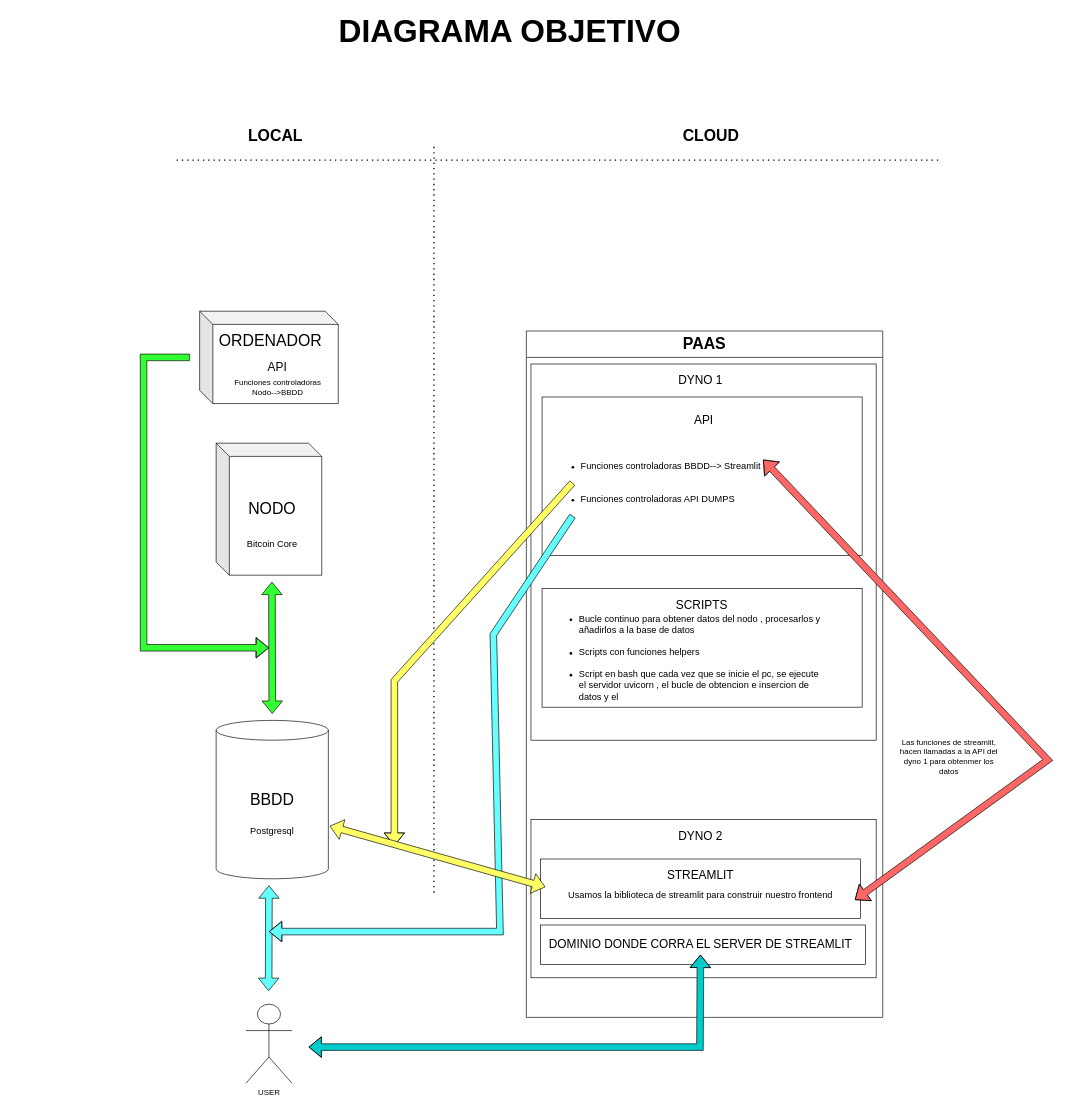
Before: Diagrama sin título.drawio in Block-Mole/diagrams, a draw.io diagram. Source tidied: cells renumbered, new cells numbered last; positions are measured from the earlier drawing's top-left corner, leaving out a move shared by most shapes. Both pictures are drawn from the tidied source at 66%, with x=0, y=0 at pixel (143, 20).
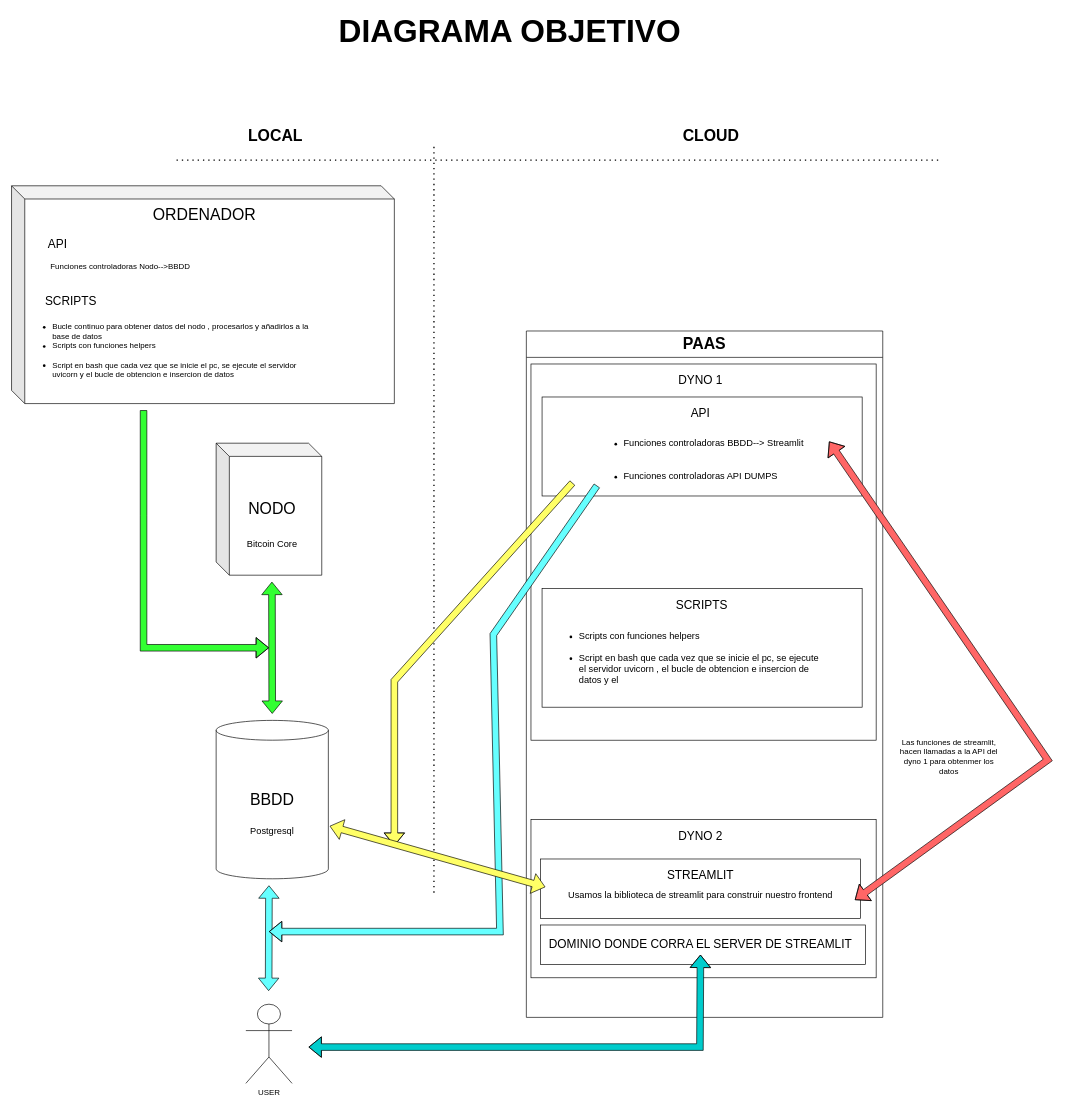
The same page after the edit.

Commit message:
Actualizar Diagrama sin título.png

Unchanged cells that the change refers to:
```xml
<mxCell id="9" value="&lt;font style=&quot;font-size: 24px;&quot;&gt;PAAS&lt;/font&gt;" style="swimlane;whiteSpace=wrap;html=1;startSize=40;" parent="1" vertex="1">
  <mxGeometry x="580" y="470" width="540" height="1040" as="geometry" />
</mxCell>
```

The edit, as a diff of the source:
```diff
@@
     <mxCell id="12" style="rounded=0;whiteSpace=wrap;html=1;" parent="9" vertex="1">
-      <mxGeometry x="23.8" y="100" width="485" height="240" as="geometry" />
+      <mxGeometry x="23.8" y="100" width="485" height="150" as="geometry" />
     </mxCell>
@@
     <mxCell id="14" value="&lt;font style=&quot;font-size: 18px;&quot;&gt;API&lt;/font&gt;" style="text;html=1;strokeColor=none;fillColor=none;align=center;verticalAlign=middle;whiteSpace=wrap;rounded=0;" parent="9" vertex="1">
-      <mxGeometry x="238.8" y="120" width="60" height="30" as="geometry" />
+      <mxGeometry x="233.8" y="110" width="60" height="30" as="geometry" />
     </mxCell>
     <mxCell id="15" value="&lt;ul&gt;&lt;li style=&quot;text-align: left;&quot;&gt;&lt;font style=&quot;font-size: 14px;&quot;&gt;Funciones controladoras BBDD--&amp;gt; Streamlit&lt;br&gt;&lt;br&gt;&lt;br&gt;&lt;/font&gt;&lt;/li&gt;&lt;li style=&quot;text-align: left;&quot;&gt;&lt;font style=&quot;font-size: 14px;&quot;&gt;Funciones controladoras API DUMPS&lt;/font&gt;&lt;/li&gt;&lt;/ul&gt;" style="text;html=1;strokeColor=none;fillColor=none;align=center;verticalAlign=middle;whiteSpace=wrap;rounded=0;" parent="9" vertex="1">
-      <mxGeometry x="38.8" y="160" width="320" height="140" as="geometry" />
+      <mxGeometry x="68.8" y="140" width="390" height="110" as="geometry" />
     </mxCell>
@@
-    <mxCell id="19" value="&lt;ul&gt;&lt;li style=&quot;text-align: left;&quot;&gt;&lt;span style=&quot;font-size: 14px;&quot;&gt;Bucle continuo para obtener datos del nodo , procesarlos y añadirlos a la base de datos&lt;br&gt;&lt;br&gt;&lt;/span&gt;&lt;/li&gt;&lt;li style=&quot;text-align: left;&quot;&gt;&lt;span style=&quot;font-size: 14px;&quot;&gt;Scripts con funciones helpers&lt;br&gt;&lt;br&gt;&lt;/span&gt;&lt;/li&gt;&lt;li style=&quot;text-align: left;&quot;&gt;&lt;span style=&quot;font-size: 14px;&quot;&gt;Script en bash que cada vez que se inicie el pc, se ejecute el servidor uvicorn , el bucle de obtencion e insercion de datos y el&amp;nbsp;&lt;/span&gt;&lt;/li&gt;&lt;/ul&gt;" style="text;html=1;strokeColor=none;fillColor=none;align=center;verticalAlign=middle;whiteSpace=wrap;rounded=0;" parent="9" vertex="1">
+    <mxCell id="19" value="&lt;ul&gt;&lt;li style=&quot;text-align: left;&quot;&gt;&lt;span style=&quot;font-size: 14px;&quot;&gt;Scripts con funciones helpers&lt;br&gt;&lt;br&gt;&lt;/span&gt;&lt;/li&gt;&lt;li style=&quot;text-align: left;&quot;&gt;&lt;span style=&quot;font-size: 14px;&quot;&gt;Script en bash que cada vez que se inicie el pc, se ejecute el servidor uvicorn , el bucle de obtencion e insercion de datos y el&amp;nbsp;&lt;/span&gt;&lt;/li&gt;&lt;/ul&gt;" style="text;html=1;strokeColor=none;fillColor=none;align=center;verticalAlign=middle;whiteSpace=wrap;rounded=0;" parent="9" vertex="1">
       <mxGeometry x="38.8" y="440" width="417.5" height="110" as="geometry" />
     </mxCell>
@@
     <mxCell id="39" style="shape=cube;whiteSpace=wrap;html=1;boundedLbl=1;backgroundOutline=1;darkOpacity=0.05;darkOpacity2=0.1;" parent="1" vertex="1">
-      <mxGeometry x="85" y="440" width="210" height="140" as="geometry" />
+      <mxGeometry x="-200" y="250" width="580" height="330" as="geometry" />
     </mxCell>
     <mxCell id="40" value="&lt;span style=&quot;font-size: 24px;&quot;&gt;ORDENADOR&lt;/span&gt;" style="text;html=1;strokeColor=none;fillColor=none;align=center;verticalAlign=middle;whiteSpace=wrap;rounded=0;" parent="1" vertex="1">
-      <mxGeometry x="120" y="470" width="145" height="30" as="geometry" />
+      <mxGeometry x="20" y="280" width="145" height="30" as="geometry" />
     </mxCell>
@@
     <mxCell id="42" value="Funciones controladoras Nodo--&amp;gt;BBDD" style="text;html=1;strokeColor=none;fillColor=none;align=center;verticalAlign=middle;whiteSpace=wrap;rounded=0;" parent="1" vertex="1">
-      <mxGeometry x="119.5" y="540" width="166.5" height="30" as="geometry" />
+      <mxGeometry x="-160" y="358" width="250" height="30" as="geometry" />
     </mxCell>
     <mxCell id="43" value="&lt;font style=&quot;font-size: 18px;&quot;&gt;API&lt;/font&gt;" style="text;html=1;strokeColor=none;fillColor=none;align=center;verticalAlign=middle;whiteSpace=wrap;rounded=0;" parent="1" vertex="1">
-      <mxGeometry x="172.8" y="510" width="60" height="30" as="geometry" />
+      <mxGeometry x="-160" y="324" width="60" height="30" as="geometry" />
     </mxCell>
     <mxCell id="44" style="shape=flexArrow;endArrow=classic;html=1;rounded=0;fillColor=#33FF33;" parent="1" edge="1">
       <mxGeometry relative="1" as="geometry">
-        <mxPoint x="70" y="510" as="sourcePoint" />
+        <mxPoint y="590" as="sourcePoint" />
         <mxPoint x="190" y="950" as="targetPoint" />
         <Array as="points">
-          <mxPoint y="510" />
+          <mxPoint y="750" />
           <mxPoint y="950" />
         </Array>
       </mxGeometry>
     </mxCell>
+    <mxCell id="45" value="&lt;ul&gt;&lt;li&gt;&lt;font style=&quot;font-size: 12px;&quot;&gt;Bucle continuo para obtener datos del nodo , procesarlos y añadirlos a la base de datos&lt;/font&gt;&lt;/li&gt;&lt;li style=&quot;border-color: var(--border-color); text-align: left;&quot;&gt;&lt;font style=&quot;font-size: 12px;&quot;&gt;Scripts con funciones helpers&lt;br style=&quot;border-color: var(--border-color);&quot;&gt;&lt;br style=&quot;border-color: var(--border-color);&quot;&gt;&lt;/font&gt;&lt;/li&gt;&lt;li style=&quot;border-color: var(--border-color); text-align: left;&quot;&gt;&lt;span style=&quot;border-color: var(--border-color);&quot;&gt;&lt;font style=&quot;font-size: 12px;&quot;&gt;Script en bash que cada vez que se inicie el pc, se ejecute el servidor uvicorn y el bucle de obtencion e insercion de datos&amp;nbsp;&lt;/font&gt;&lt;/span&gt;&lt;/li&gt;&lt;/ul&gt;" style="text;html=1;strokeColor=none;fillColor=none;align=left;verticalAlign=middle;whiteSpace=wrap;rounded=0;" parent="1" vertex="1">
+      <mxGeometry x="-180" y="450" width="440" height="100" as="geometry" />
+    </mxCell>
+    <mxCell id="46" value="&lt;font style=&quot;font-size: 18px;&quot;&gt;SCRIPTS&lt;/font&gt;" style="text;html=1;strokeColor=none;fillColor=none;align=center;verticalAlign=middle;whiteSpace=wrap;rounded=0;" parent="1" vertex="1">
+      <mxGeometry x="-140" y="410" width="60" height="30" as="geometry" />
+    </mxCell>
```
